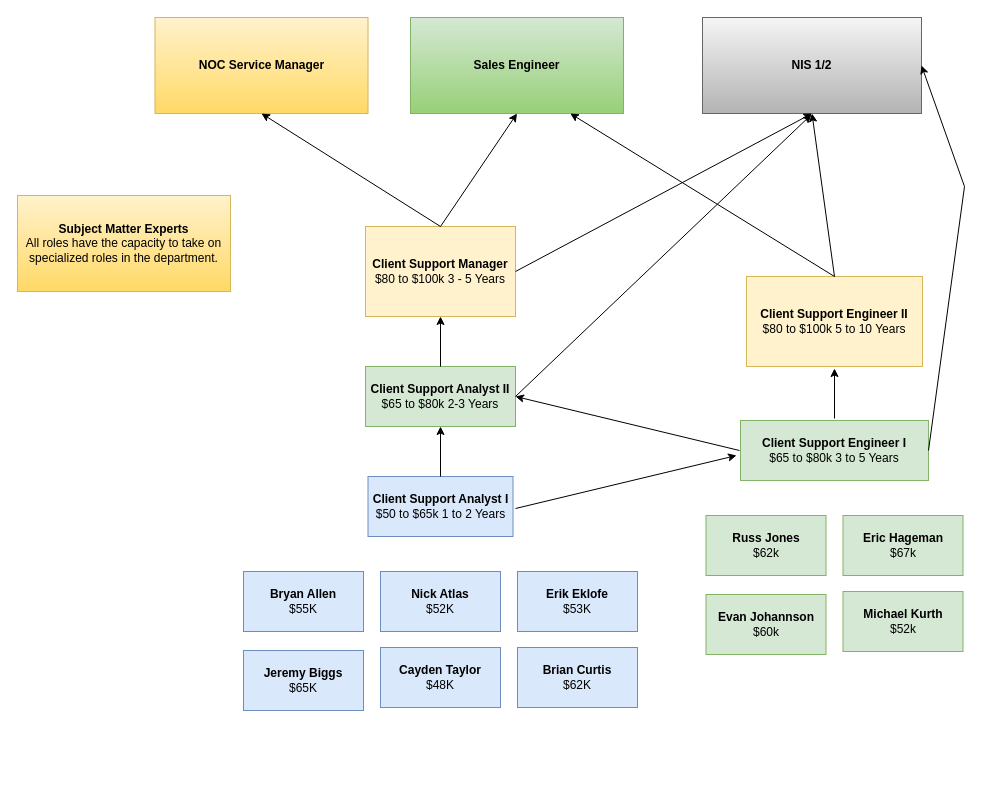
Above: Untitled Diagram.drawio in tjberte/asystems (draw.io), before the change. Source tidied: cells renumbered, new cells numbered last; positions are measured from the earlier drawing's top-left corner, leaving out a move shared by most shapes. Both pictures are drawn from the tidied source at 100%, with x=0, y=0 at pixel (17, 17).
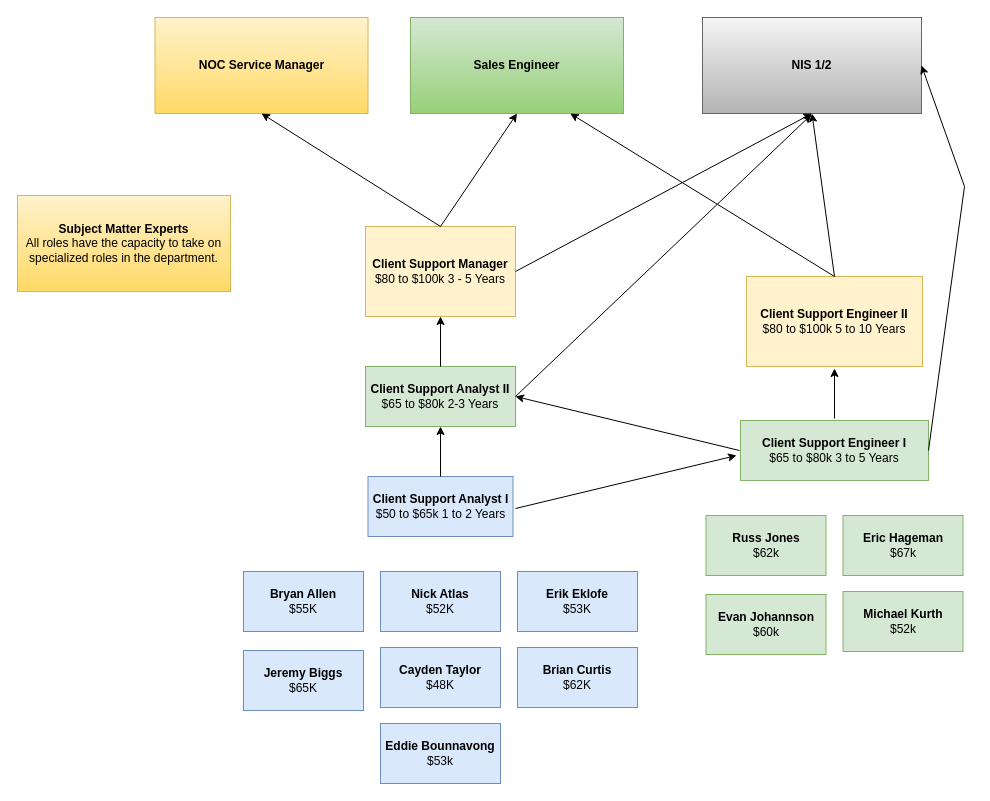
The same page after the edit.

Commit message:
NOC Structure

What changed in the source:
```diff
@@
+    <mxCell id="33" value="&lt;b&gt;Eddie Bounnavong&lt;/b&gt;&lt;br&gt;$53k" style="rounded=0;whiteSpace=wrap;html=1;fillColor=#dae8fc;strokeColor=#6c8ebf;" parent="1" vertex="1">
+      <mxGeometry x="363" y="706" width="120" height="60" as="geometry" />
+    </mxCell>
```
